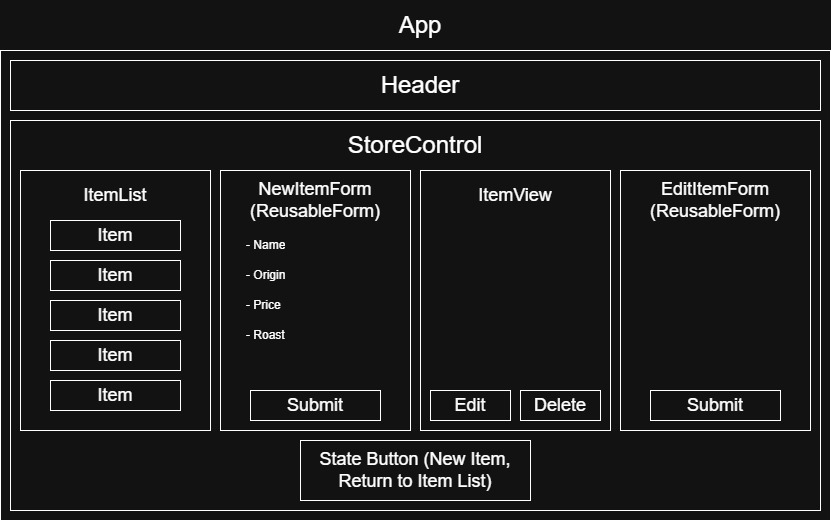
Before: src/img/diagram.png, a diagram exported from draw.io (igl-myrick/inventory-tracker). Source tidied: cells renumbered, new cells last; positions are measured from the earlier drawing's top-left corner, leaving out a move shared by most shapes.
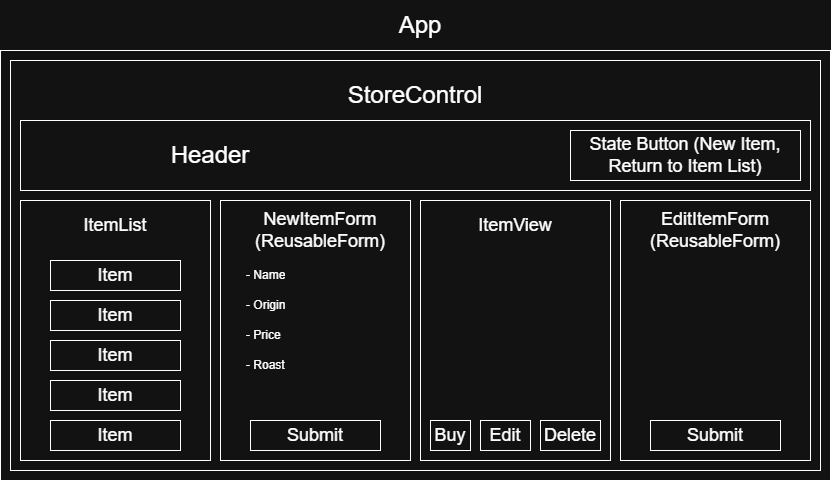
The same diagram one commit later.

Commit message:
update component diagram

Diff of the diagram source:
```diff
@@ -3,118 +3,124 @@
     <mxCell id="0" />
     <mxCell id="1" parent="0" />
     <mxCell id="2" style="rounded=0;whiteSpace=wrap;html=1;" parent="1" vertex="1">
-      <mxGeometry y="50" width="830" height="470" as="geometry" />
+      <mxGeometry y="50" width="830" height="430" as="geometry" />
     </mxCell>
     <mxCell id="3" value="&lt;font style=&quot;font-size: 24px;&quot;&gt;App&lt;/font&gt;" style="text;html=1;whiteSpace=wrap;strokeColor=none;fillColor=none;align=center;verticalAlign=middle;rounded=0;" parent="1" vertex="1">
       <mxGeometry x="390" width="60" height="50" as="geometry" />
     </mxCell>
-    <mxCell id="4" style="rounded=0;whiteSpace=wrap;html=1;" parent="1" vertex="1">
-      <mxGeometry x="10" y="60" width="810" height="50" as="geometry" />
-    </mxCell>
-    <mxCell id="5" value="&lt;font style=&quot;font-size: 24px;&quot;&gt;Header&lt;/font&gt;" style="text;html=1;whiteSpace=wrap;strokeColor=none;fillColor=none;align=center;verticalAlign=middle;rounded=0;" parent="1" vertex="1">
-      <mxGeometry x="370" y="60" width="100" height="50" as="geometry" />
-    </mxCell>
     <mxCell id="6" style="rounded=0;whiteSpace=wrap;html=1;" parent="1" vertex="1">
-      <mxGeometry x="10" y="120" width="810" height="390" as="geometry" />
+      <mxGeometry x="10" y="60" width="810" height="410" as="geometry" />
     </mxCell>
     <mxCell id="7" value="&lt;font style=&quot;font-size: 24px;&quot;&gt;StoreControl&lt;/font&gt;" style="text;html=1;whiteSpace=wrap;strokeColor=none;fillColor=none;align=center;verticalAlign=middle;rounded=0;" parent="1" vertex="1">
-      <mxGeometry x="30" y="120" width="770" height="50" as="geometry" />
+      <mxGeometry x="30" y="70" width="770" height="50" as="geometry" />
     </mxCell>
     <mxCell id="8" style="rounded=0;whiteSpace=wrap;html=1;" parent="1" vertex="1">
-      <mxGeometry x="20" y="170" width="190" height="260" as="geometry" />
+      <mxGeometry x="20" y="200" width="190" height="260" as="geometry" />
     </mxCell>
     <mxCell id="9" style="rounded=0;whiteSpace=wrap;html=1;" parent="1" vertex="1">
-      <mxGeometry x="220" y="170" width="190" height="260" as="geometry" />
+      <mxGeometry x="220" y="200" width="190" height="260" as="geometry" />
     </mxCell>
     <mxCell id="10" value="&lt;span style=&quot;font-size: 18px;&quot;&gt;ItemList&lt;/span&gt;" style="text;html=1;whiteSpace=wrap;strokeColor=none;fillColor=none;align=center;verticalAlign=middle;rounded=0;" parent="1" vertex="1">
-      <mxGeometry x="20" y="170" width="190" height="50" as="geometry" />
+      <mxGeometry x="20" y="200" width="190" height="50" as="geometry" />
     </mxCell>
     <mxCell id="11" value="&lt;font style=&quot;font-size: 18px;&quot;&gt;NewItem&lt;/font&gt;&lt;span style=&quot;background-color: transparent; color: light-dark(rgb(0, 0, 0), rgb(255, 255, 255)); font-size: 18px;&quot;&gt;Form&lt;/span&gt;&lt;div&gt;&lt;span style=&quot;background-color: transparent; color: light-dark(rgb(0, 0, 0), rgb(255, 255, 255)); font-size: 18px;&quot;&gt;(ReusableForm)&lt;/span&gt;&lt;/div&gt;" style="text;html=1;whiteSpace=wrap;strokeColor=none;fillColor=none;align=center;verticalAlign=middle;rounded=0;" parent="1" vertex="1">
-      <mxGeometry x="220" y="170" width="190" height="60" as="geometry" />
+      <mxGeometry x="225" y="200" width="190" height="60" as="geometry" />
     </mxCell>
     <mxCell id="12" style="rounded=0;whiteSpace=wrap;html=1;" parent="1" vertex="1">
-      <mxGeometry x="420" y="170" width="190" height="260" as="geometry" />
+      <mxGeometry x="420" y="200" width="190" height="260" as="geometry" />
     </mxCell>
     <mxCell id="13" style="rounded=0;whiteSpace=wrap;html=1;" parent="1" vertex="1">
-      <mxGeometry x="620" y="170" width="190" height="260" as="geometry" />
+      <mxGeometry x="620" y="200" width="190" height="260" as="geometry" />
     </mxCell>
     <mxCell id="14" value="&lt;font style=&quot;font-size: 18px;&quot;&gt;ItemView&lt;/font&gt;" style="text;html=1;whiteSpace=wrap;strokeColor=none;fillColor=none;align=center;verticalAlign=middle;rounded=0;" parent="1" vertex="1">
-      <mxGeometry x="420" y="170" width="190" height="50" as="geometry" />
+      <mxGeometry x="420" y="200" width="190" height="50" as="geometry" />
     </mxCell>
     <mxCell id="15" value="&lt;font style=&quot;font-size: 18px;&quot;&gt;EditItemForm&lt;/font&gt;&lt;div&gt;&lt;font style=&quot;font-size: 18px;&quot;&gt;(ReusableForm)&lt;/font&gt;&lt;/div&gt;" style="text;html=1;whiteSpace=wrap;strokeColor=none;fillColor=none;align=center;verticalAlign=middle;rounded=0;" parent="1" vertex="1">
-      <mxGeometry x="620" y="170" width="190" height="60" as="geometry" />
+      <mxGeometry x="620" y="200" width="190" height="60" as="geometry" />
     </mxCell>
     <mxCell id="16" style="rounded=0;whiteSpace=wrap;html=1;" parent="1" vertex="1">
-      <mxGeometry x="50" y="220" width="130" height="30" as="geometry" />
+      <mxGeometry x="50" y="260" width="130" height="30" as="geometry" />
     </mxCell>
-    <mxCell id="17" style="rounded=0;whiteSpace=wrap;html=1;" parent="1" vertex="1">
-      <mxGeometry x="300" y="440" width="230" height="60" as="geometry" />
-    </mxCell>
-    <mxCell id="18" value="&lt;font style=&quot;font-size: 18px;&quot;&gt;State Button (New Item,&lt;/font&gt;&lt;div&gt;&lt;font style=&quot;font-size: 18px;&quot;&gt;Return to&amp;nbsp;&lt;/font&gt;&lt;span style=&quot;font-size: 18px; background-color: transparent; color: light-dark(rgb(0, 0, 0), rgb(255, 255, 255));&quot;&gt;Item List)&lt;/span&gt;&lt;/div&gt;" style="text;html=1;whiteSpace=wrap;strokeColor=none;fillColor=none;align=center;verticalAlign=middle;rounded=0;" parent="1" vertex="1">
-      <mxGeometry x="300" y="440" width="230" height="60" as="geometry" />
-    </mxCell>
     <mxCell id="19" style="rounded=0;whiteSpace=wrap;html=1;" parent="1" vertex="1">
-      <mxGeometry x="50" y="260" width="130" height="30" as="geometry" />
+      <mxGeometry x="50" y="300" width="130" height="30" as="geometry" />
     </mxCell>
     <mxCell id="20" style="rounded=0;whiteSpace=wrap;html=1;" parent="1" vertex="1">
-      <mxGeometry x="50" y="300" width="130" height="30" as="geometry" />
+      <mxGeometry x="50" y="340" width="130" height="30" as="geometry" />
     </mxCell>
     <mxCell id="21" style="rounded=0;whiteSpace=wrap;html=1;" parent="1" vertex="1">
-      <mxGeometry x="50" y="340" width="130" height="30" as="geometry" />
+      <mxGeometry x="50" y="380" width="130" height="30" as="geometry" />
     </mxCell>
     <mxCell id="22" style="rounded=0;whiteSpace=wrap;html=1;" parent="1" vertex="1">
-      <mxGeometry x="50" y="380" width="130" height="30" as="geometry" />
+      <mxGeometry x="50" y="420" width="130" height="30" as="geometry" />
     </mxCell>
     <mxCell id="23" value="&lt;font style=&quot;font-size: 18px;&quot;&gt;Item&lt;/font&gt;" style="text;html=1;whiteSpace=wrap;strokeColor=none;fillColor=none;align=center;verticalAlign=middle;rounded=0;" parent="1" vertex="1">
-      <mxGeometry x="50" y="380" width="130" height="30" as="geometry" />
+      <mxGeometry x="50" y="420" width="130" height="30" as="geometry" />
     </mxCell>
     <mxCell id="24" style="rounded=0;whiteSpace=wrap;html=1;" parent="1" vertex="1">
-      <mxGeometry x="250" y="390" width="130" height="30" as="geometry" />
+      <mxGeometry x="250" y="420" width="130" height="30" as="geometry" />
     </mxCell>
     <mxCell id="25" style="rounded=0;whiteSpace=wrap;html=1;" parent="1" vertex="1">
-      <mxGeometry x="650" y="390" width="130" height="30" as="geometry" />
+      <mxGeometry x="650" y="420" width="130" height="30" as="geometry" />
     </mxCell>
     <mxCell id="26" value="&lt;font style=&quot;font-size: 18px;&quot;&gt;Submit&lt;/font&gt;" style="text;html=1;whiteSpace=wrap;strokeColor=none;fillColor=none;align=center;verticalAlign=middle;rounded=0;" parent="1" vertex="1">
-      <mxGeometry x="250" y="390" width="130" height="30" as="geometry" />
+      <mxGeometry x="250" y="420" width="130" height="30" as="geometry" />
     </mxCell>
     <mxCell id="27" style="rounded=0;whiteSpace=wrap;html=1;" parent="1" vertex="1">
-      <mxGeometry x="430" y="390" width="80" height="30" as="geometry" />
+      <mxGeometry x="480" y="420" width="50" height="30" as="geometry" />
     </mxCell>
     <mxCell id="28" style="rounded=0;whiteSpace=wrap;html=1;" parent="1" vertex="1">
-      <mxGeometry x="520" y="390" width="80" height="30" as="geometry" />
+      <mxGeometry x="540" y="420" width="60" height="30" as="geometry" />
     </mxCell>
     <mxCell id="29" value="&lt;font style=&quot;font-size: 18px;&quot;&gt;Submit&lt;/font&gt;" style="text;html=1;whiteSpace=wrap;strokeColor=none;fillColor=none;align=center;verticalAlign=middle;rounded=0;" parent="1" vertex="1">
-      <mxGeometry x="650" y="390" width="130" height="30" as="geometry" />
+      <mxGeometry x="650" y="420" width="130" height="30" as="geometry" />
     </mxCell>
     <mxCell id="30" value="&lt;font style=&quot;font-size: 18px;&quot;&gt;Edit&lt;/font&gt;" style="text;html=1;whiteSpace=wrap;strokeColor=none;fillColor=none;align=center;verticalAlign=middle;rounded=0;" parent="1" vertex="1">
-      <mxGeometry x="430" y="390" width="80" height="30" as="geometry" />
+      <mxGeometry x="480" y="420" width="50" height="30" as="geometry" />
     </mxCell>
     <mxCell id="31" value="&lt;font style=&quot;font-size: 18px;&quot;&gt;Delete&lt;/font&gt;" style="text;html=1;whiteSpace=wrap;strokeColor=none;fillColor=none;align=center;verticalAlign=middle;rounded=0;" parent="1" vertex="1">
-      <mxGeometry x="520" y="390" width="80" height="30" as="geometry" />
+      <mxGeometry x="540" y="420" width="60" height="30" as="geometry" />
     </mxCell>
     <mxCell id="32" value="&lt;font style=&quot;font-size: 18px;&quot;&gt;Item&lt;/font&gt;" style="text;html=1;whiteSpace=wrap;strokeColor=none;fillColor=none;align=center;verticalAlign=middle;rounded=0;" parent="1" vertex="1">
-      <mxGeometry x="50" y="340" width="130" height="30" as="geometry" />
+      <mxGeometry x="50" y="380" width="130" height="30" as="geometry" />
     </mxCell>
     <mxCell id="33" value="&lt;font style=&quot;font-size: 18px;&quot;&gt;Item&lt;/font&gt;" style="text;html=1;whiteSpace=wrap;strokeColor=none;fillColor=none;align=center;verticalAlign=middle;rounded=0;" parent="1" vertex="1">
-      <mxGeometry x="50" y="220" width="130" height="30" as="geometry" />
+      <mxGeometry x="50" y="260" width="130" height="30" as="geometry" />
     </mxCell>
     <mxCell id="34" value="&lt;font style=&quot;font-size: 18px;&quot;&gt;Item&lt;/font&gt;" style="text;html=1;whiteSpace=wrap;strokeColor=none;fillColor=none;align=center;verticalAlign=middle;rounded=0;" parent="1" vertex="1">
-      <mxGeometry x="50" y="300" width="130" height="30" as="geometry" />
+      <mxGeometry x="50" y="340" width="130" height="30" as="geometry" />
     </mxCell>
     <mxCell id="35" value="&lt;font style=&quot;font-size: 18px;&quot;&gt;Item&lt;/font&gt;" style="text;html=1;whiteSpace=wrap;strokeColor=none;fillColor=none;align=center;verticalAlign=middle;rounded=0;" parent="1" vertex="1">
-      <mxGeometry x="50" y="260" width="130" height="30" as="geometry" />
+      <mxGeometry x="50" y="300" width="130" height="30" as="geometry" />
     </mxCell>
     <mxCell id="36" value="- Name" style="text;strokeColor=none;fillColor=none;align=left;verticalAlign=middle;spacingLeft=4;spacingRight=4;overflow=hidden;whiteSpace=wrap;html=1;" parent="1" vertex="1">
-      <mxGeometry x="240" y="230" width="150" height="30" as="geometry" />
+      <mxGeometry x="240" y="260" width="150" height="30" as="geometry" />
     </mxCell>
     <mxCell id="37" value="- Origin" style="text;strokeColor=none;fillColor=none;align=left;verticalAlign=middle;spacingLeft=4;spacingRight=4;overflow=hidden;whiteSpace=wrap;html=1;" parent="1" vertex="1">
-      <mxGeometry x="240" y="260" width="80" height="30" as="geometry" />
+      <mxGeometry x="240" y="290" width="80" height="30" as="geometry" />
     </mxCell>
     <mxCell id="38" value="- Price" style="text;strokeColor=none;fillColor=none;align=left;verticalAlign=middle;spacingLeft=4;spacingRight=4;overflow=hidden;whiteSpace=wrap;html=1;" parent="1" vertex="1">
-      <mxGeometry x="240" y="290" width="80" height="30" as="geometry" />
+      <mxGeometry x="240" y="320" width="80" height="30" as="geometry" />
     </mxCell>
     <mxCell id="39" value="- Roast" style="text;strokeColor=none;fillColor=none;align=left;verticalAlign=middle;spacingLeft=4;spacingRight=4;overflow=hidden;whiteSpace=wrap;html=1;" parent="1" vertex="1">
-      <mxGeometry x="240" y="320" width="80" height="30" as="geometry" />
+      <mxGeometry x="240" y="350" width="80" height="30" as="geometry" />
     </mxCell>
+    <mxCell id="40" style="rounded=0;whiteSpace=wrap;html=1;" parent="1" vertex="1">
+      <mxGeometry x="430" y="420" width="40" height="30" as="geometry" />
+    </mxCell>
+    <mxCell id="41" value="&lt;font style=&quot;font-size: 18px;&quot;&gt;Buy&lt;/font&gt;" style="text;html=1;whiteSpace=wrap;strokeColor=none;fillColor=none;align=center;verticalAlign=middle;rounded=0;" parent="1" vertex="1">
+      <mxGeometry x="430" y="420" width="40" height="30" as="geometry" />
+    </mxCell>
+    <mxCell id="42" style="rounded=0;whiteSpace=wrap;html=1;" parent="1" vertex="1">
+      <mxGeometry x="20" y="120" width="790" height="70" as="geometry" />
+    </mxCell>
+    <mxCell id="5" value="&lt;font style=&quot;font-size: 24px;&quot;&gt;Header&lt;/font&gt;" style="text;html=1;whiteSpace=wrap;strokeColor=none;fillColor=none;align=center;verticalAlign=middle;rounded=0;" parent="1" vertex="1">
+      <mxGeometry x="160" y="130" width="100" height="50" as="geometry" />
+    </mxCell>
+    <mxCell id="43" style="rounded=0;whiteSpace=wrap;html=1;" parent="1" vertex="1">
+      <mxGeometry x="570" y="130" width="230" height="50" as="geometry" />
+    </mxCell>
+    <mxCell id="18" value="&lt;font style=&quot;font-size: 18px;&quot;&gt;State Button (New Item,&lt;/font&gt;&lt;div&gt;&lt;font style=&quot;font-size: 18px;&quot;&gt;Return to&amp;nbsp;&lt;/font&gt;&lt;span style=&quot;font-size: 18px; background-color: transparent; color: light-dark(rgb(0, 0, 0), rgb(255, 255, 255));&quot;&gt;Item List)&lt;/span&gt;&lt;/div&gt;" style="text;html=1;whiteSpace=wrap;strokeColor=none;fillColor=none;align=center;verticalAlign=middle;rounded=0;" parent="1" vertex="1">
+      <mxGeometry x="570" y="130" width="230" height="50" as="geometry" />
+    </mxCell>
   </root>
 </mxGraphModel>
```
